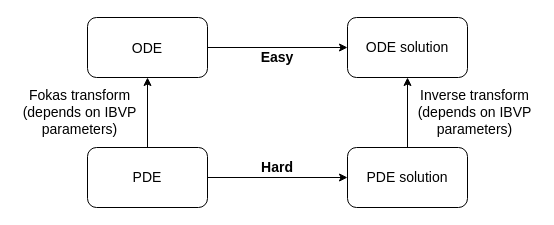
largecats/capstone-project keeps this draw.io diagram as reports/report 3 (initial thesis)/transform_pairs.drawio. Above is the earlier version. Source tidied: cells renumbered, new cells numbered last; positions are measured from the earlier drawing's top-left corner, leaving out a move shared by most shapes. Both pictures are drawn from the tidied source at 100%, with x=0, y=0 at pixel (17, 17).
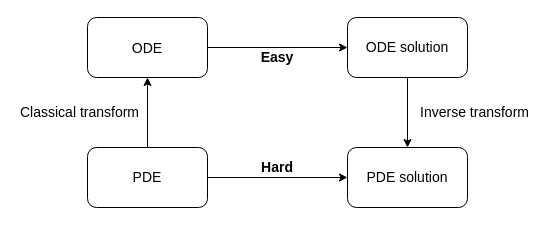
The same page after the edit.

Diff of the diagram source:
```diff
@@
 <mxGraphModel>
   <root>
     <mxCell id="0" />
     <mxCell id="1" parent="0" />
     <mxCell id="2" value="&lt;font style=&quot;font-size: 14px&quot;&gt;ODE&lt;/font&gt;" style="rounded=1;whiteSpace=wrap;html=1;fontSize=16;" parent="1" vertex="1">
       <mxGeometry x="70" width="120" height="60" as="geometry" />
     </mxCell>
     <mxCell id="3" value="&lt;font style=&quot;font-size: 14px&quot;&gt;ODE solution&lt;/font&gt;" style="rounded=1;whiteSpace=wrap;html=1;" parent="1" vertex="1">
       <mxGeometry x="330" width="120" height="60" as="geometry" />
     </mxCell>
     <mxCell id="4" value="&lt;font style=&quot;font-size: 14px&quot;&gt;PDE&lt;/font&gt;" style="rounded=1;whiteSpace=wrap;html=1;" parent="1" vertex="1">
       <mxGeometry x="70" y="130" width="120" height="60" as="geometry" />
     </mxCell>
     <mxCell id="5" value="&lt;font style=&quot;font-size: 14px&quot;&gt;PDE solution&lt;/font&gt;" style="rounded=1;whiteSpace=wrap;html=1;" parent="1" vertex="1">
       <mxGeometry x="330" y="130" width="120" height="60" as="geometry" />
     </mxCell>
     <mxCell id="6" style="endArrow=classic;html=1;entryX=0;entryY=0.5;entryDx=0;entryDy=0;exitX=1;exitY=0.5;exitDx=0;exitDy=0;" parent="1" edge="1" source="2" target="3">
       <mxGeometry relative="1" as="geometry" />
     </mxCell>
     <mxCell id="7" style="endArrow=classic;html=1;entryX=0;entryY=0.5;entryDx=0;entryDy=0;exitX=1;exitY=0.5;exitDx=0;exitDy=0;" parent="1" edge="1" source="4" target="5">
       <mxGeometry relative="1" as="geometry" />
     </mxCell>
     <mxCell id="8" style="endArrow=classic;html=1;entryX=0.5;entryY=1;entryDx=0;entryDy=0;exitX=0.5;exitY=0;exitDx=0;exitDy=0;" parent="1" edge="1" source="4" target="2">
       <mxGeometry relative="1" as="geometry" />
     </mxCell>
-    <mxCell id="9" style="endArrow=classic;html=1;entryX=0.5;entryY=1;entryDx=0;entryDy=0;exitX=0.5;exitY=0;exitDx=0;exitDy=0;" parent="1" edge="1" source="5">
-      <mxGeometry relative="1" as="geometry">
-        <mxPoint x="390" y="60" as="targetPoint" />
-      </mxGeometry>
-    </mxCell>
     <mxCell id="10" value="&lt;b&gt;&lt;font style=&quot;font-size: 14px&quot;&gt;Easy&lt;/font&gt;&lt;/b&gt;" style="text;html=1;strokeColor=none;fillColor=none;align=center;verticalAlign=middle;whiteSpace=wrap;rounded=0;" parent="1" vertex="1">
       <mxGeometry x="240" y="30" width="40" height="20" as="geometry" />
     </mxCell>
     <mxCell id="11" value="&lt;b&gt;&lt;font style=&quot;font-size: 14px&quot;&gt;Hard&lt;/font&gt;&lt;/b&gt;" style="text;html=1;strokeColor=none;fillColor=none;align=center;verticalAlign=middle;whiteSpace=wrap;rounded=0;" parent="1" vertex="1">
       <mxGeometry x="240" y="140" width="40" height="20" as="geometry" />
     </mxCell>
-    <mxCell id="12" value="&lt;font style=&quot;font-size: 14px&quot;&gt;Fokas transform&lt;br&gt;(depends on IBVP parameters)&lt;br&gt;&lt;/font&gt;" style="text;html=1;strokeColor=none;fillColor=none;align=center;verticalAlign=middle;whiteSpace=wrap;rounded=0;" parent="1" vertex="1">
+    <mxCell id="12" value="&lt;font style=&quot;font-size: 14px&quot;&gt;Classical transform&lt;br&gt;&lt;/font&gt;" style="text;html=1;strokeColor=none;fillColor=none;align=center;verticalAlign=middle;whiteSpace=wrap;rounded=0;" parent="1" vertex="1">
       <mxGeometry y="85" width="125" height="20" as="geometry" />
     </mxCell>
-    <mxCell id="13" value="&lt;font style=&quot;font-size: 14px&quot;&gt;Inverse transform&lt;br&gt;(depends on IBVP parameters)&lt;br&gt;&lt;/font&gt;" style="text;html=1;strokeColor=none;fillColor=none;align=center;verticalAlign=middle;whiteSpace=wrap;rounded=0;" parent="1" vertex="1">
+    <mxCell id="13" value="&lt;font style=&quot;font-size: 14px&quot;&gt;Inverse transform&lt;br&gt;&lt;/font&gt;" style="text;html=1;strokeColor=none;fillColor=none;align=center;verticalAlign=middle;whiteSpace=wrap;rounded=0;" parent="1" vertex="1">
       <mxGeometry x="395" y="85" width="125" height="20" as="geometry" />
     </mxCell>
+    <mxCell id="14" style="endArrow=classic;html=1;entryX=0.5;entryY=0;entryDx=0;entryDy=0;exitX=0.5;exitY=1;exitDx=0;exitDy=0;" parent="1" edge="1" source="3" target="5">
+      <mxGeometry relative="1" as="geometry" />
+    </mxCell>
   </root>
 </mxGraphModel>
```
